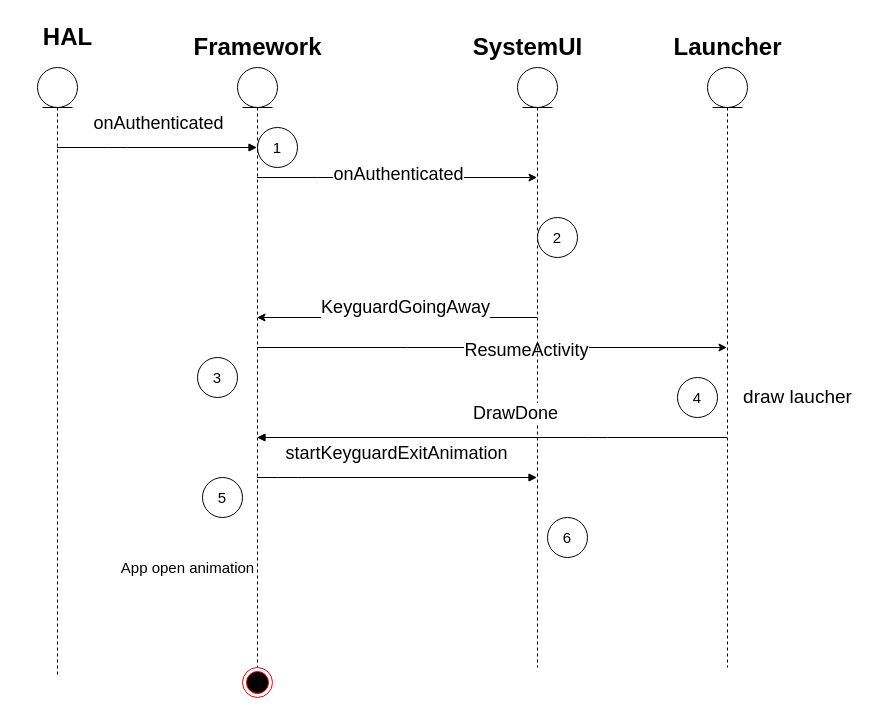
Before: Untitled Diagram.drawio in shcalm/wx_pplab, a draw.io diagram. Source tidied: cells renumbered, new cells numbered last; positions are measured from the earlier drawing's top-left corner, leaving out a move shared by most shapes. Both pictures are drawn from the tidied source at 100%, with x=0, y=0 at pixel (17, 17).
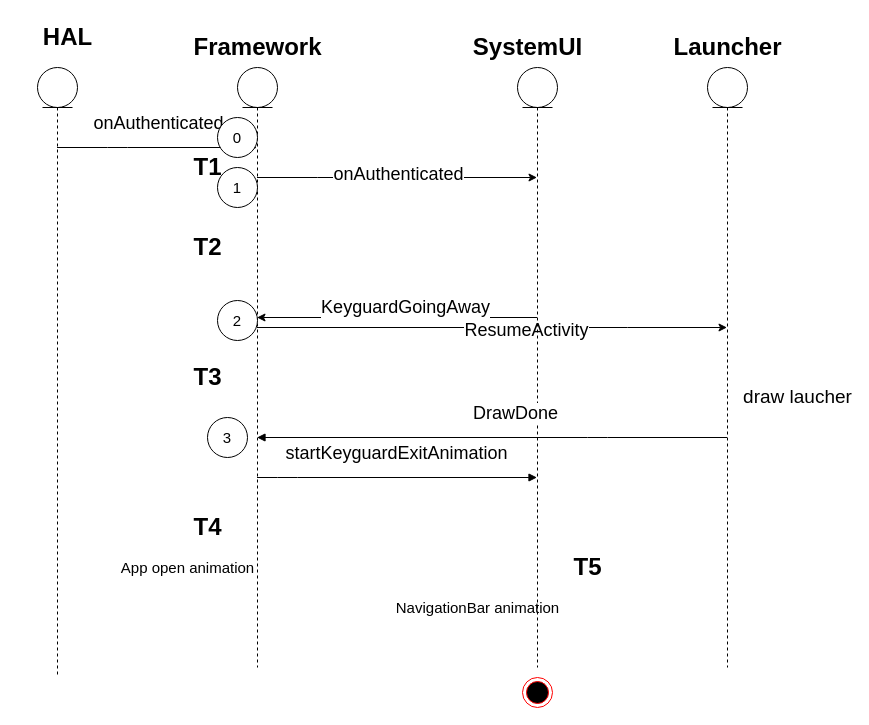
The same page after the edit.

Unchanged cells that the change refers to:
```xml
<mxCell id="7" style="shape=umlLifeline;participant=umlEntity;perimeter=lifelinePerimeter;whiteSpace=wrap;html=1;verticalAlign=top;spacingTop=36;outlineConnect=0;" parent="1" vertex="1">
  <mxGeometry x="220" y="50" width="40" height="600" as="geometry" />
</mxCell>
<mxCell id="12" style="shape=umlLifeline;participant=umlEntity;perimeter=lifelinePerimeter;whiteSpace=wrap;html=1;verticalAlign=top;spacingTop=36;outlineConnect=0;" parent="1" vertex="1">
  <mxGeometry x="690" y="50" width="40" height="600" as="geometry" />
</mxCell>
```

Change to the diagram source:
```diff
@@
     <mxCell id="5" style="edgeStyle=orthogonalEdgeStyle;rounded=0;jettySize=auto;html=1;fontSize=18;" parent="1" edge="1" source="7" target="12">
       <mxGeometry relative="1" as="geometry">
         <Array as="points">
-          <mxPoint x="390" y="330" />
-          <mxPoint x="390" y="330" />
+          <mxPoint x="610" y="310" />
+          <mxPoint x="610" y="310" />
         </Array>
       </mxGeometry>
     </mxCell>
@@
     <mxCell id="15" style="ellipse;html=1;shape=endState;fillColor=#000000;strokeColor=#ff0000;fontSize=18;" parent="1" vertex="1">
-      <mxGeometry x="225" y="650" width="30" height="30" as="geometry" />
+      <mxGeometry x="505" y="660" width="30" height="30" as="geometry" />
     </mxCell>
@@
     <mxCell id="22" value="1" style="ellipse;whiteSpace=wrap;html=1;fontSize=15;" parent="1" vertex="1">
-      <mxGeometry x="240" y="110" width="40" height="40" as="geometry" />
+      <mxGeometry x="200" y="150" width="40" height="40" as="geometry" />
     </mxCell>
     <mxCell id="23" value="2" style="ellipse;whiteSpace=wrap;html=1;fontSize=15;" parent="1" vertex="1">
-      <mxGeometry x="520" y="200" width="40" height="40" as="geometry" />
+      <mxGeometry x="200" y="283" width="40" height="40" as="geometry" />
     </mxCell>
-    <mxCell id="24" value="3" style="ellipse;whiteSpace=wrap;html=1;fontSize=15;" parent="1" vertex="1">
-      <mxGeometry x="180" y="340" width="40" height="40" as="geometry" />
-    </mxCell>
-    <mxCell id="25" value="4" style="ellipse;whiteSpace=wrap;html=1;fontSize=15;" parent="1" vertex="1">
-      <mxGeometry x="660" y="360" width="40" height="40" as="geometry" />
+    <mxCell id="25" value="3" style="ellipse;whiteSpace=wrap;html=1;fontSize=15;" parent="1" vertex="1">
+      <mxGeometry x="190" y="400" width="40" height="40" as="geometry" />
     </mxCell>
-    <mxCell id="26" value="5" style="ellipse;whiteSpace=wrap;html=1;fontSize=15;" parent="1" vertex="1">
-      <mxGeometry x="185" y="460" width="40" height="40" as="geometry" />
-    </mxCell>
-    <mxCell id="27" value="6" style="ellipse;whiteSpace=wrap;html=1;fontSize=15;" parent="1" vertex="1">
-      <mxGeometry x="530" y="500" width="40" height="40" as="geometry" />
-    </mxCell>
+    <mxCell id="28" value="0" style="ellipse;whiteSpace=wrap;html=1;fontSize=15;" parent="1" vertex="1">
+      <mxGeometry x="200" y="100" width="40" height="40" as="geometry" />
+    </mxCell>
+    <mxCell id="29" value="T1" style="text;strokeColor=none;fillColor=none;html=1;fontSize=24;fontStyle=1;verticalAlign=middle;align=center;" parent="1" vertex="1">
+      <mxGeometry x="140" y="130" width="100" height="40" as="geometry" />
+    </mxCell>
+    <mxCell id="30" value="T2" style="text;strokeColor=none;fillColor=none;html=1;fontSize=24;fontStyle=1;verticalAlign=middle;align=center;" parent="1" vertex="1">
+      <mxGeometry x="140" y="210" width="100" height="40" as="geometry" />
+    </mxCell>
+    <mxCell id="31" value="T3" style="text;strokeColor=none;fillColor=none;html=1;fontSize=24;fontStyle=1;verticalAlign=middle;align=center;" parent="1" vertex="1">
+      <mxGeometry x="140" y="340" width="100" height="40" as="geometry" />
+    </mxCell>
+    <mxCell id="32" value="T4" style="text;strokeColor=none;fillColor=none;html=1;fontSize=24;fontStyle=1;verticalAlign=middle;align=center;" parent="1" vertex="1">
+      <mxGeometry x="140" y="490" width="100" height="40" as="geometry" />
+    </mxCell>
+    <mxCell id="33" value="T5" style="text;strokeColor=none;fillColor=none;html=1;fontSize=24;fontStyle=1;verticalAlign=middle;align=center;" parent="1" vertex="1">
+      <mxGeometry x="520" y="530" width="100" height="40" as="geometry" />
+    </mxCell>
+    <mxCell id="34" value="NavigationBar animation" style="text;strokeColor=none;fillColor=none;html=1;fontSize=15;fontStyle=0;verticalAlign=middle;align=center;" parent="1" vertex="1">
+      <mxGeometry x="410" y="570" width="100" height="40" as="geometry" />
+    </mxCell>
```
